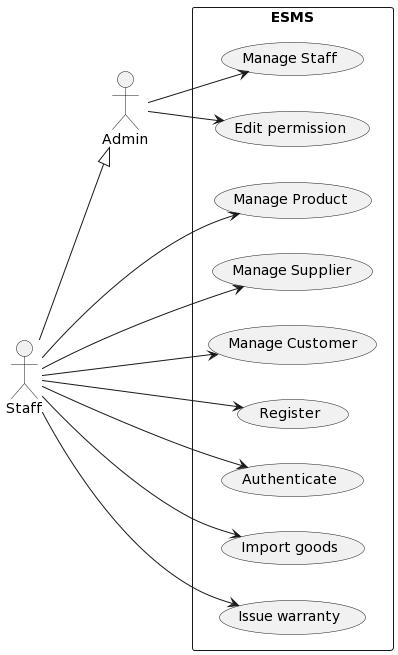
Before: Lab1.2/Usecases/overview.png, a diagram exported from PlantUML (thanhLoc1087/SE357-Pratice-class).
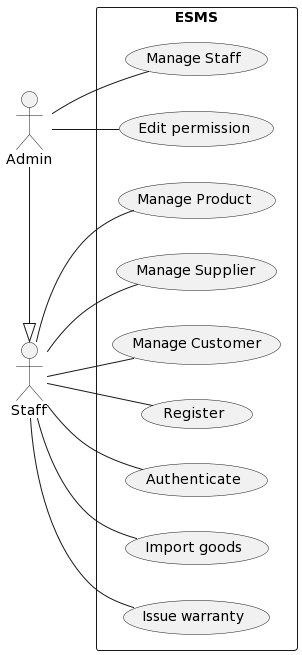
Above is the later version.

Commit message:
Usecse diagrams

Change to the diagram source:
```diff
@@ -1,7 +1,7 @@
 @startuml
 left to right direction
 actor "Admin" as ad
-actor "Staff" as fc
+actor "Staff" as st
 rectangle ESMS {
   usecase "Manage Staff" as UC0
   usecase "Edit permission" as UCh
@@ -13,14 +13,14 @@
   usecase "Import goods" as UC6
   usecase "Issue warranty" as UC7
 }
-fc --|> ad
-ad --> UC0
-ad --> UCh
-fc --> UC1
-fc --> UC2
-fc --> UC3
-fc --> UC4
-fc --> UC5
-fc --> UC6
-fc --> UC7
+ad -right-|> st
+ad -- UC0
+ad -- UCh
+st -- UC1
+st -- UC2
+st -- UC3
+st -- UC4
+st -- UC5
+st -- UC6
+st -- UC7
 @enduml
```
